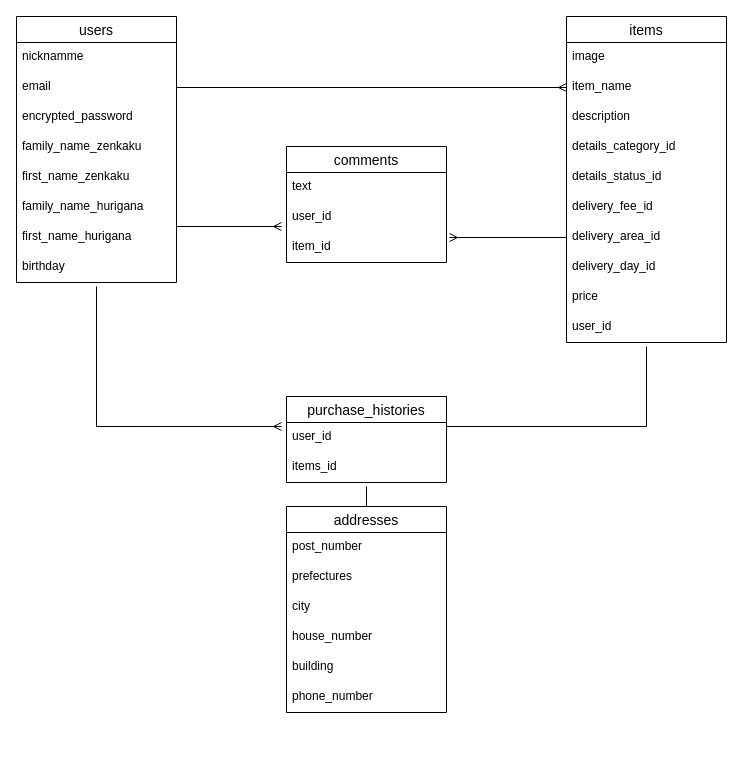
The draw.io diagram db.dio in blues0217/furima-35169, before the edit. Source tidied: cells renumbered, new cells numbered last; positions are measured from the earlier drawing's top-left corner, leaving out a move shared by most shapes. Both pictures are drawn from the tidied source at 100%, with x=0, y=0 at pixel (16, 16).
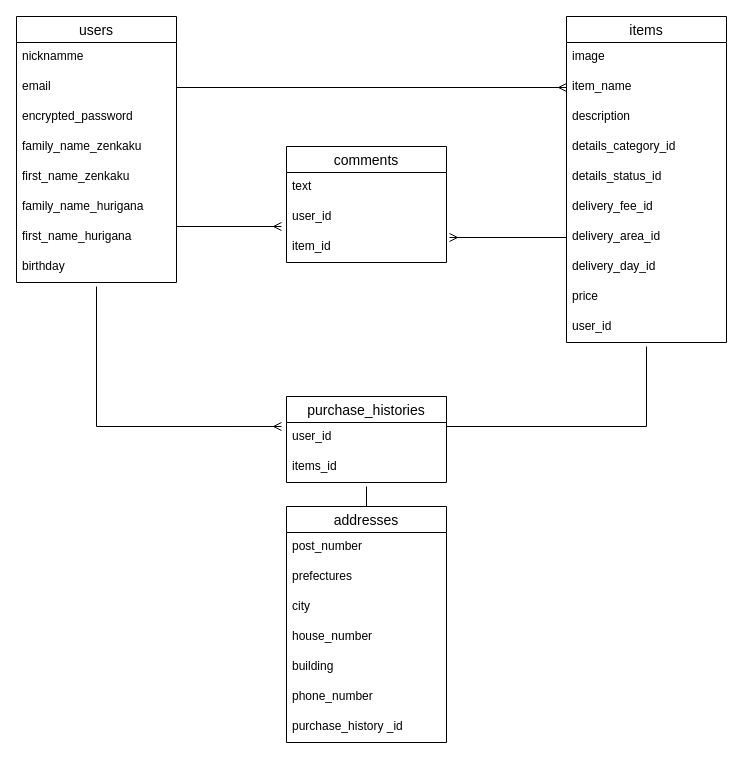
After the change.

Commit message (it also covers changes not shown here):
データベース設計

Change to the diagram source:
```diff
@@
     <mxCell id="35" value="addresses" style="swimlane;fontStyle=0;horizontal=1;startSize=26;align=center;fontSize=14;" parent="1" vertex="1">
-      <mxGeometry x="270" y="490" width="160" height="206" as="geometry" />
+      <mxGeometry x="270" y="490" width="160" height="236" as="geometry" />
     </mxCell>
@@
+    <mxCell id="42" value="purchase_history _id" style="text;strokeColor=none;fillColor=none;spacingLeft=4;spacingRight=4;overflow=hidden;fontSize=12;" parent="35" vertex="1">
+      <mxGeometry y="206" width="160" height="30" as="geometry" />
+    </mxCell>
```
